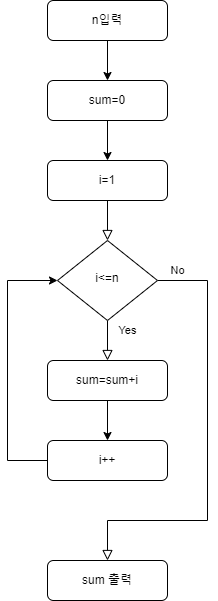
Earlier version of the draw.io export 백준 코딩테스트 순서도/011백준 빠른 A+B.drawio.png (otw03/Programmers-Algorithm). Source tidied: cells renumbered, new cells last; positions are measured from the earlier drawing's top-left corner, leaving out a move shared by most shapes.
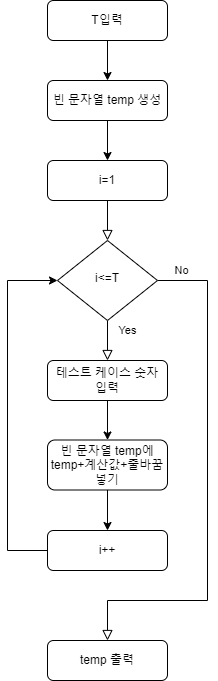
The same diagram one commit later.

Commit message:
011백준 빠른 A+B.drawio.png 잘못 올라가있던 것 업데이트

The edit, as a diff of the source:
```diff
@@ -15,45 +15,51 @@
       <mxGeometry x="-0.91" y="10" relative="1" as="geometry">
         <Array as="points">
           <mxPoint x="200" y="280" />
-          <mxPoint x="200" y="520" />
-          <mxPoint x="100" y="520" />
+          <mxPoint x="200" y="600" />
+          <mxPoint x="100" y="600" />
         </Array>
       </mxGeometry>
     </mxCell>
-    <mxCell id="6" value="i&amp;lt;=n" style="rhombus;whiteSpace=wrap;html=1;shadow=0;fontFamily=Helvetica;fontSize=12;align=center;strokeWidth=1;spacing=6;spacingTop=-4;" parent="1" vertex="1">
+    <mxCell id="6" value="i&amp;lt;=T" style="rhombus;whiteSpace=wrap;html=1;shadow=0;fontFamily=Helvetica;fontSize=12;align=center;strokeWidth=1;spacing=6;spacingTop=-4;" parent="1" vertex="1">
       <mxGeometry x="50" y="240" width="100" height="80" as="geometry" />
     </mxCell>
     <mxCell id="7" style="edgeStyle=orthogonalEdgeStyle;rounded=0;jettySize=auto;html=1;entryX=0;entryY=0.5;entryDx=0;entryDy=0;exitX=0;exitY=0.5;exitDx=0;exitDy=0;" parent="1" edge="1" source="12" target="6">
       <mxGeometry relative="1" as="geometry">
         <Array as="points">
-          <mxPoint y="460" />
+          <mxPoint y="550" />
           <mxPoint y="280" />
         </Array>
       </mxGeometry>
     </mxCell>
-    <mxCell id="8" style="edgeStyle=orthogonalEdgeStyle;rounded=0;jettySize=auto;html=1;exitX=0.5;exitY=1;exitDx=0;exitDy=0;entryX=0.5;entryY=0;entryDx=0;entryDy=0;" parent="1" edge="1" source="9" target="12">
-      <mxGeometry relative="1" as="geometry" />
-    </mxCell>
+    <mxCell id="16" style="edgeStyle=orthogonalEdgeStyle;rounded=0;jettySize=auto;html=1;exitX=0.5;exitY=1;exitDx=0;exitDy=0;entryX=0.5;entryY=0;entryDx=0;entryDy=0;" parent="1" edge="1" source="9" target="18">
+      <mxGeometry relative="1" as="geometry" />
+    </mxCell>
-    <mxCell id="9" value="sum=sum+i" style="rounded=1;whiteSpace=wrap;html=1;fontSize=12;glass=0;strokeWidth=1;shadow=0;" parent="1" vertex="1">
+    <mxCell id="9" value="테스트 케이스 숫자&lt;br&gt;입력" style="rounded=1;whiteSpace=wrap;html=1;fontSize=12;glass=0;strokeWidth=1;shadow=0;" parent="1" vertex="1">
       <mxGeometry x="40" y="360" width="120" height="40" as="geometry" />
     </mxCell>
     <mxCell id="10" style="edgeStyle=orthogonalEdgeStyle;rounded=0;jettySize=auto;html=1;entryX=0.5;entryY=0;entryDx=0;entryDy=0;" parent="1" edge="1" source="11" target="3">
       <mxGeometry relative="1" as="geometry" />
     </mxCell>
-    <mxCell id="11" value="sum=0" style="rounded=1;whiteSpace=wrap;html=1;fontSize=12;glass=0;strokeWidth=1;shadow=0;" parent="1" vertex="1">
+    <mxCell id="11" value="빈 문자열 temp 생성" style="rounded=1;whiteSpace=wrap;html=1;fontSize=12;glass=0;strokeWidth=1;shadow=0;" parent="1" vertex="1">
       <mxGeometry x="40" y="80" width="120" height="40" as="geometry" />
     </mxCell>
     <mxCell id="12" value="i++" style="rounded=1;whiteSpace=wrap;html=1;fontSize=12;glass=0;strokeWidth=1;shadow=0;" parent="1" vertex="1">
-      <mxGeometry x="40" y="440" width="120" height="40" as="geometry" />
+      <mxGeometry x="40" y="530" width="120" height="40" as="geometry" />
     </mxCell>
     <mxCell id="13" style="edgeStyle=orthogonalEdgeStyle;rounded=0;jettySize=auto;html=1;entryX=0.5;entryY=0;entryDx=0;entryDy=0;" parent="1" edge="1" source="14" target="11">
       <mxGeometry relative="1" as="geometry" />
     </mxCell>
-    <mxCell id="14" value="n입력" style="rounded=1;whiteSpace=wrap;html=1;fontSize=12;glass=0;strokeWidth=1;shadow=0;" parent="1" vertex="1">
+    <mxCell id="14" value="T입력" style="rounded=1;whiteSpace=wrap;html=1;fontSize=12;glass=0;strokeWidth=1;shadow=0;" parent="1" vertex="1">
       <mxGeometry x="40" width="120" height="40" as="geometry" />
     </mxCell>
-    <mxCell id="15" value="sum 출력" style="rounded=1;whiteSpace=wrap;html=1;fontSize=12;glass=0;strokeWidth=1;shadow=0;" parent="1" vertex="1">
-      <mxGeometry x="40" y="560" width="120" height="40" as="geometry" />
+    <mxCell id="15" value="temp 출력" style="rounded=1;whiteSpace=wrap;html=1;fontSize=12;glass=0;strokeWidth=1;shadow=0;" parent="1" vertex="1">
+      <mxGeometry x="40" y="640" width="120" height="40" as="geometry" />
     </mxCell>
+    <mxCell id="17" style="edgeStyle=orthogonalEdgeStyle;rounded=0;jettySize=auto;html=1;entryX=0.5;entryY=0;entryDx=0;entryDy=0;" parent="1" edge="1" source="18" target="12">
+      <mxGeometry relative="1" as="geometry" />
+    </mxCell>
+    <mxCell id="18" value="빈 문자열 temp에&lt;br&gt;temp+계산값+줄바꿈 넣기" style="rounded=1;whiteSpace=wrap;html=1;fontSize=12;glass=0;strokeWidth=1;shadow=0;" parent="1" vertex="1">
+      <mxGeometry x="40" y="439.5" width="120" height="50" as="geometry" />
+    </mxCell>
   </root>
 </mxGraphModel>
```
